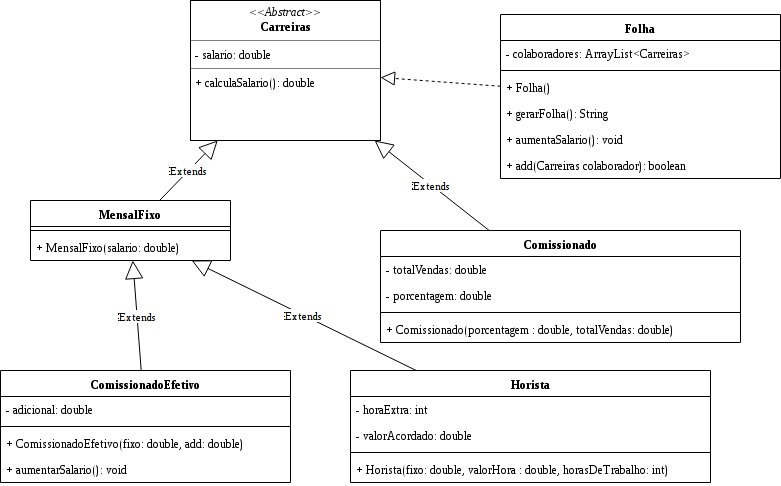
Earlier version of the draw.io export GerarFolhaPagamento.png (Faracoeng/Folha-de-pagamento). Source tidied: cells renumbered, new cells last; positions are measured from the earlier drawing's top-left corner, leaving out a move shared by most shapes.
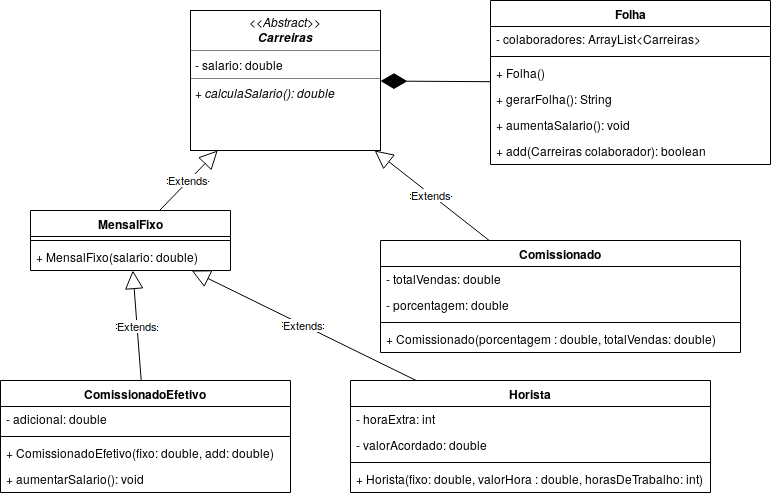
After the change.

Commit message:
exercicio finalizado

The edit, as a diff of the source:
```diff
@@ -2,7 +2,7 @@
   <root>
     <mxCell id="0" />
     <mxCell id="1" parent="0" />
-    <mxCell id="2" value="&lt;p style=&quot;margin: 0px ; margin-top: 4px ; text-align: center&quot;&gt;&lt;i&gt;&amp;lt;&amp;lt;Abstract&amp;gt;&amp;gt;&lt;/i&gt;&lt;br&gt;&lt;b&gt;Carreiras&lt;/b&gt;&lt;/p&gt;&lt;hr size=&quot;1&quot;&gt;&lt;p style=&quot;margin: 0px ; margin-left: 4px&quot;&gt;- salario: double&lt;br&gt;&lt;/p&gt;&lt;hr size=&quot;1&quot;&gt;&lt;p style=&quot;margin: 0px ; margin-left: 4px&quot;&gt;+ calculaSalario(): double&lt;br&gt;&lt;/p&gt;" style="verticalAlign=top;align=left;overflow=fill;fontSize=12;fontFamily=Helvetica;html=1;" parent="1" vertex="1">
+    <mxCell id="2" value="&lt;p style=&quot;margin: 0px ; margin-top: 4px ; text-align: center&quot;&gt;&lt;i&gt;&amp;lt;&amp;lt;Abstract&amp;gt;&amp;gt;&lt;/i&gt;&lt;br&gt;&lt;i&gt;&lt;b&gt;Carreiras&lt;/b&gt;&lt;/i&gt;&lt;/p&gt;&lt;hr size=&quot;1&quot;&gt;&lt;p style=&quot;margin: 0px ; margin-left: 4px&quot;&gt;- salario: double&lt;br&gt;&lt;/p&gt;&lt;hr size=&quot;1&quot;&gt;&lt;p style=&quot;margin: 0px ; margin-left: 4px&quot;&gt;&lt;i&gt;+ calculaSalario(): double&lt;/i&gt;&lt;br&gt;&lt;/p&gt;" style="verticalAlign=top;align=left;overflow=fill;fontSize=12;fontFamily=Helvetica;html=1;" parent="1" vertex="1">
       <mxGeometry x="190" width="190" height="140" as="geometry" />
     </mxCell>
     <mxCell id="3" value="MensalFixo" style="swimlane;fontStyle=1;align=center;verticalAlign=top;horizontal=1;startSize=26;" parent="1" vertex="1">
@@ -72,7 +72,7 @@
       <mxGeometry relative="1" as="geometry" />
     </mxCell>
     <mxCell id="25" value="Folha" style="swimlane;fontStyle=1;align=center;verticalAlign=top;horizontal=1;startSize=26;" parent="1" vertex="1">
-      <mxGeometry x="500" y="14" width="280" height="164" as="geometry" />
+      <mxGeometry x="490" y="-10" width="280" height="164" as="geometry" />
     </mxCell>
     <mxCell id="26" value="- colaboradores: ArrayList&lt;Carreiras&gt;" style="text;strokeColor=none;fillColor=none;align=left;verticalAlign=top;spacingLeft=4;spacingRight=4;overflow=hidden;" parent="25" vertex="1">
       <mxGeometry y="26" width="280" height="26" as="geometry" />
@@ -92,7 +92,7 @@
     <mxCell id="31" value="+ add(Carreiras colaborador): boolean" style="text;strokeColor=none;fillColor=none;align=left;verticalAlign=top;spacingLeft=4;spacingRight=4;overflow=hidden;" parent="25" vertex="1">
       <mxGeometry y="138" width="280" height="26" as="geometry" />
     </mxCell>
-    <mxCell id="32" style="endArrow=block;dashed=1;endFill=0;endSize=12;html=1;" parent="1" edge="1" source="25" target="2">
+    <mxCell id="32" style="endArrow=diamondThin;endFill=1;endSize=24;html=1;" parent="1" edge="1" source="25" target="2">
       <mxGeometry relative="1" as="geometry" />
     </mxCell>
   </root>
```
